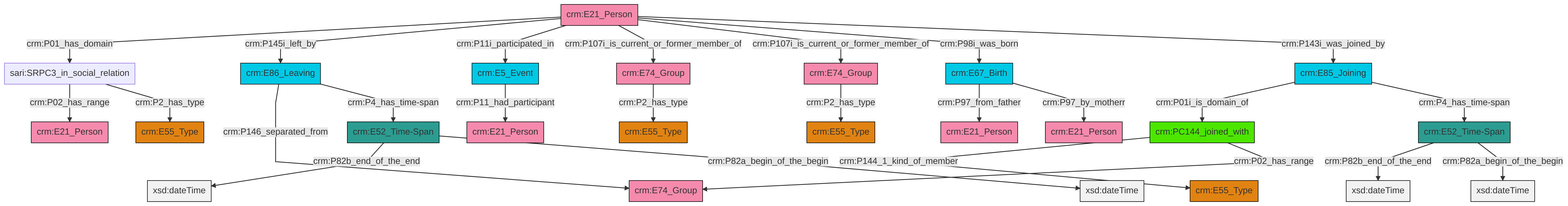
Above: et/personCSV/ttl/mmd/png/Person_Actor_Relations.png in swiss-art-research-net/reference-data-models (Mermaid), before the change. Its source is kept beside it as et/personCSV/ttl/mmd/Person_Actor_Relations.ttl.mmd.
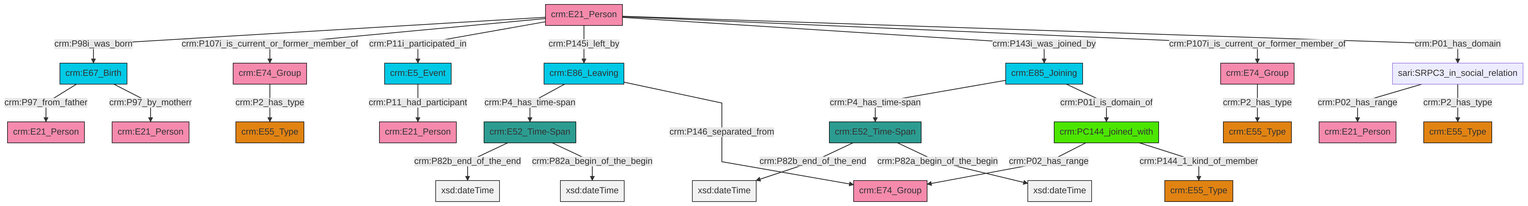
Later version of the same file.

Diff of the diagram source:
```diff
@@ -13,27 +13,27 @@
 classDef PC_Classes fill:#4ce600, stroke:#000000;
 classDef Multi fill:#cccccc,stroke:#000000;
 
-0["crm:E85_Joining"]:::Temporal_Entity -->|crm:P01i_is_domain_of| 1["crm:PC144_joined_with"]:::PC_Classes
-1["crm:PC144_joined_with"]:::PC_Classes -->|crm:P144_1_kind_of_member| 2["crm:E55_Type"]:::Type
-3["sari:SRPC3_in_social_relation"]:::Default -->|crm:P02_has_range| 4["crm:E21_Person"]:::Actor
-7["crm:E86_Leaving"]:::Temporal_Entity -->|crm:P146_separated_from| 9["crm:E74_Group"]:::Actor
-10["crm:E21_Person"]:::Actor -->|crm:P01_has_domain| 3["sari:SRPC3_in_social_relation"]:::Default
-1["crm:PC144_joined_with"]:::PC_Classes -->|crm:P02_has_range| 9["crm:E74_Group"]:::Actor
-7["crm:E86_Leaving"]:::Temporal_Entity -->|crm:P4_has_time-span| 14["crm:E52_Time-Span"]:::Time-Span
-5["crm:E5_Event"]:::Temporal_Entity -->|crm:P11_had_participant| 19["crm:E21_Person"]:::Actor
-10["crm:E21_Person"]:::Actor -->|crm:P145i_left_by| 7["crm:E86_Leaving"]:::Temporal_Entity
-10["crm:E21_Person"]:::Actor -->|crm:P11i_participated_in| 5["crm:E5_Event"]:::Temporal_Entity
-20["crm:E52_Time-Span"]:::Time-Span -->|crm:P82b_end_of_the_end| 28[xsd:dateTime]:::Literal
-14["crm:E52_Time-Span"]:::Time-Span -->|crm:P82b_end_of_the_end| 32[xsd:dateTime]:::Literal
-10["crm:E21_Person"]:::Actor -->|crm:P107i_is_current_or_former_member_of| 34["crm:E74_Group"]:::Actor
-15["crm:E67_Birth"]:::Temporal_Entity -->|crm:P97_from_father| 26["crm:E21_Person"]:::Actor
-15["crm:E67_Birth"]:::Temporal_Entity -->|crm:P97_by_motherr| 39["crm:E21_Person"]:::Actor
-10["crm:E21_Person"]:::Actor -->|crm:P107i_is_current_or_former_member_of| 29["crm:E74_Group"]:::Actor
-20["crm:E52_Time-Span"]:::Time-Span -->|crm:P82a_begin_of_the_begin| 41[xsd:dateTime]:::Literal
-34["crm:E74_Group"]:::Actor -->|crm:P2_has_type| 36["crm:E55_Type"]:::Type
-10["crm:E21_Person"]:::Actor -->|crm:P98i_was_born| 15["crm:E67_Birth"]:::Temporal_Entity
-29["crm:E74_Group"]:::Actor -->|crm:P2_has_type| 22["crm:E55_Type"]:::Type
-14["crm:E52_Time-Span"]:::Time-Span -->|crm:P82a_begin_of_the_begin| 43[xsd:dateTime]:::Literal
-3["sari:SRPC3_in_social_relation"]:::Default -->|crm:P2_has_type| 12["crm:E55_Type"]:::Type
-10["crm:E21_Person"]:::Actor -->|crm:P143i_was_joined_by| 0["crm:E85_Joining"]:::Temporal_Entity
-0["crm:E85_Joining"]:::Temporal_Entity -->|crm:P4_has_time-span| 20["crm:E52_Time-Span"]:::Time-Span
+0["crm:E5_Event"]:::Temporal_Entity -->|crm:P11_had_participant| 2["crm:E21_Person"]:::Actor
+3["crm:PC144_joined_with"]:::PC_Classes -->|crm:P02_has_range| 4["crm:E74_Group"]:::Actor
+7["crm:E74_Group"]:::Actor -->|crm:P2_has_type| 5["crm:E55_Type"]:::Type
+8["crm:E21_Person"]:::Actor -->|crm:P98i_was_born| 9["crm:E67_Birth"]:::Temporal_Entity
+10["crm:E74_Group"]:::Actor -->|crm:P2_has_type| 11["crm:E55_Type"]:::Type
+15["crm:E52_Time-Span"]:::Time-Span -->|crm:P82b_end_of_the_end| 16[xsd:dateTime]:::Literal
+17["crm:E52_Time-Span"]:::Time-Span -->|crm:P82b_end_of_the_end| 18[xsd:dateTime]:::Literal
+8["crm:E21_Person"]:::Actor -->|crm:P107i_is_current_or_former_member_of| 7["crm:E74_Group"]:::Actor
+8["crm:E21_Person"]:::Actor -->|crm:P11i_participated_in| 0["crm:E5_Event"]:::Temporal_Entity
+26["crm:E85_Joining"]:::Temporal_Entity -->|crm:P4_has_time-span| 17["crm:E52_Time-Span"]:::Time-Span
+27["sari:SRPC3_in_social_relation"]:::Default -->|crm:P02_has_range| 12["crm:E21_Person"]:::Actor
+9["crm:E67_Birth"]:::Temporal_Entity -->|crm:P97_from_father| 29["crm:E21_Person"]:::Actor
+26["crm:E85_Joining"]:::Temporal_Entity -->|crm:P01i_is_domain_of| 3["crm:PC144_joined_with"]:::PC_Classes
+8["crm:E21_Person"]:::Actor -->|crm:P145i_left_by| 20["crm:E86_Leaving"]:::Temporal_Entity
+27["sari:SRPC3_in_social_relation"]:::Default -->|crm:P2_has_type| 22["crm:E55_Type"]:::Type
+8["crm:E21_Person"]:::Actor -->|crm:P143i_was_joined_by| 26["crm:E85_Joining"]:::Temporal_Entity
+20["crm:E86_Leaving"]:::Temporal_Entity -->|crm:P4_has_time-span| 15["crm:E52_Time-Span"]:::Time-Span
+3["crm:PC144_joined_with"]:::PC_Classes -->|crm:P144_1_kind_of_member| 30["crm:E55_Type"]:::Type
+15["crm:E52_Time-Span"]:::Time-Span -->|crm:P82a_begin_of_the_begin| 36[xsd:dateTime]:::Literal
+8["crm:E21_Person"]:::Actor -->|crm:P107i_is_current_or_former_member_of| 10["crm:E74_Group"]:::Actor
+8["crm:E21_Person"]:::Actor -->|crm:P01_has_domain| 27["sari:SRPC3_in_social_relation"]:::Default
+9["crm:E67_Birth"]:::Temporal_Entity -->|crm:P97_by_motherr| 24["crm:E21_Person"]:::Actor
+20["crm:E86_Leaving"]:::Temporal_Entity -->|crm:P146_separated_from| 4["crm:E74_Group"]:::Actor
+17["crm:E52_Time-Span"]:::Time-Span -->|crm:P82a_begin_of_the_begin| 46[xsd:dateTime]:::Literal
```
